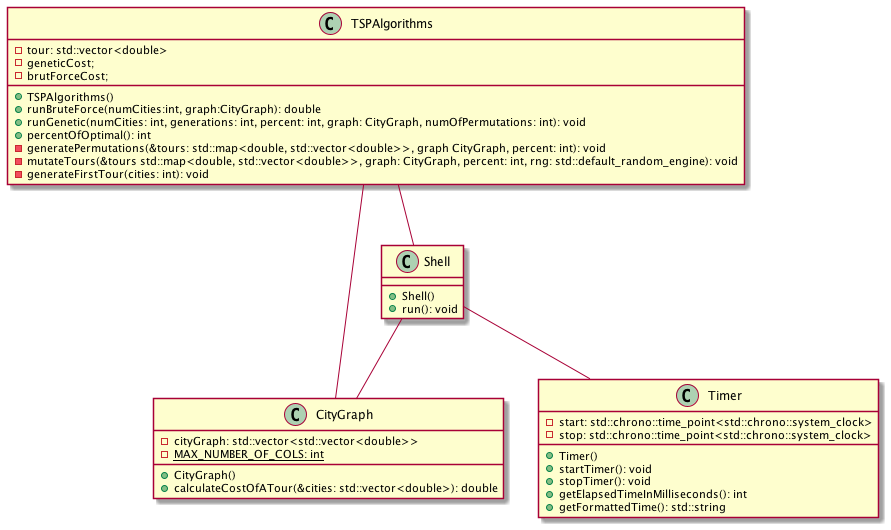
This is out/diagram/plantUML/plantUML.png from berezovs/project3_tsp, a PlantUML export, as it was before one commit.
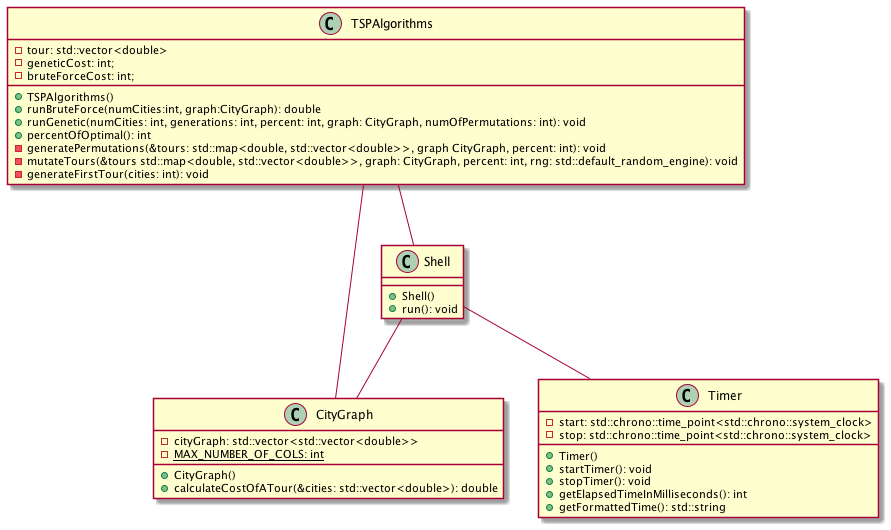
The same file after the commit.

Diff of the diagram source:
```diff
@@ -26,8 +26,8 @@
 
     class TSPAlgorithms{
     -tour: std::vector<double>
-    -geneticCost;
-    -brutForceCost;
+    -geneticCost: int;
+    -bruteForceCost: int;
     +TSPAlgorithms()
     +runBruteForce(numCities:int, graph:CityGraph): double
     +runGenetic(numCities: int, generations: int, percent: int, graph: CityGraph, numOfPermutations: int): void
```
